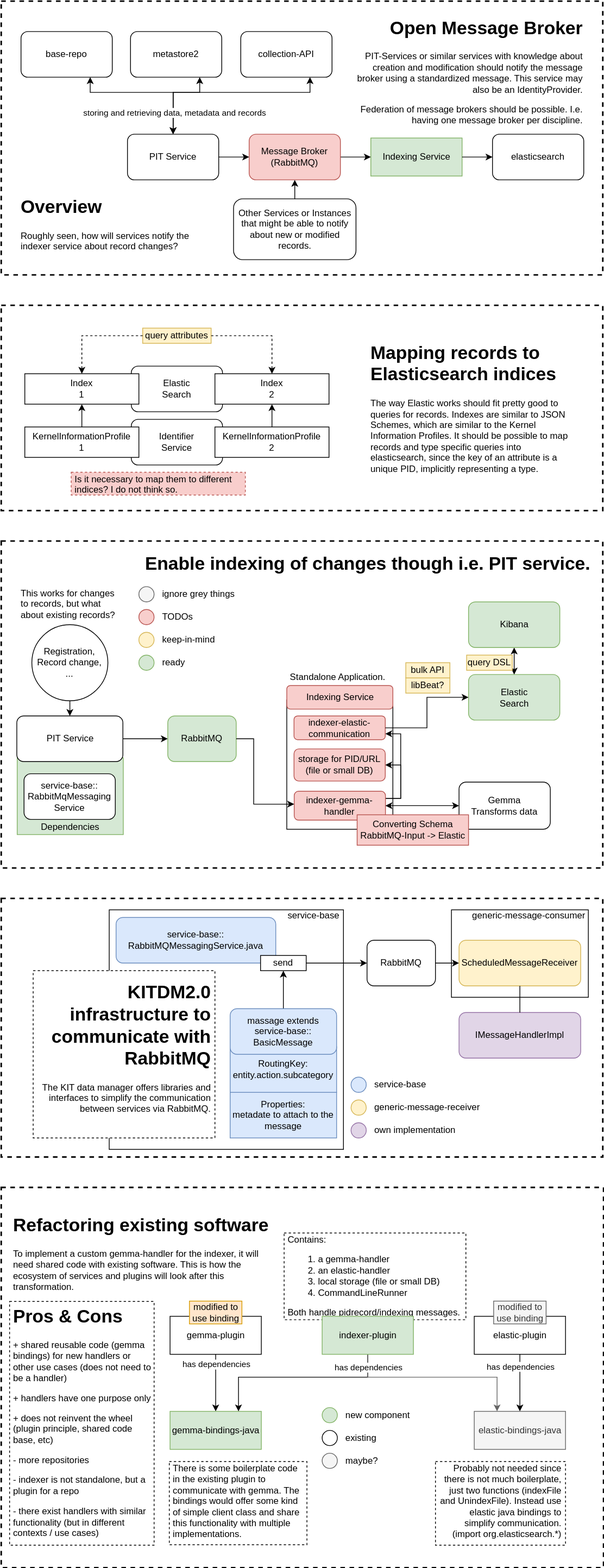
This is documentation/images/usecase_indexing.drawio.svg from kit-data-manager/testbed4inf, a draw.io export, as it was before one commit. Source tidied: cells renumbered, new cells last; positions are measured from the earlier drawing's top-left corner, leaving out a move shared by most shapes.
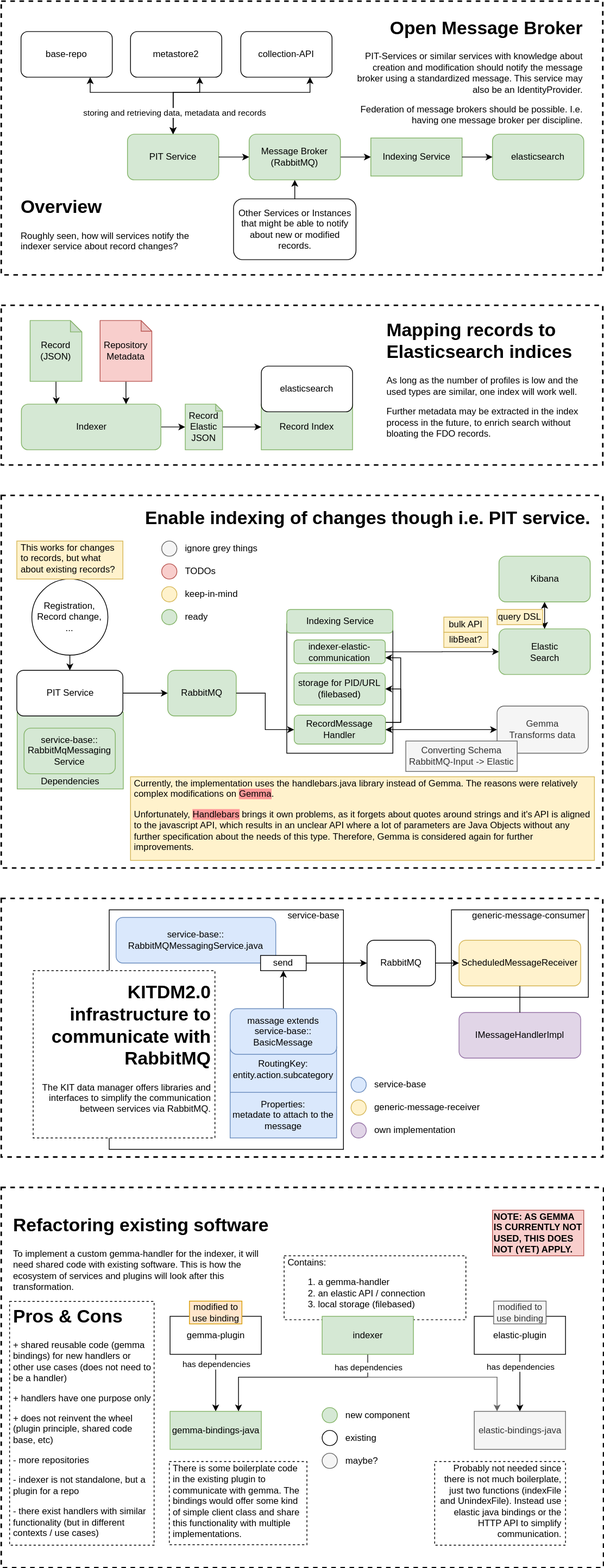
After the commit.

Commit message:
Add indexer to testbed.

Change to the diagram source:
```diff
@@ -10,4 +10,4 @@
     </mxCell>
-    <mxCell id="4" value="&lt;p&gt;Probably not needed since there is not much boilerplate, just two functions (indexFile and UnindexFile). Instead use elastic java bindings to simplify communication. (&lt;span class=&quot;kn&quot;&gt;import&lt;/span&gt;&lt;span&gt; &lt;/span&gt;&lt;span class=&quot;nn&quot;&gt;org.elasticsearch.*)&lt;/span&gt;&lt;/p&gt;" style="text;html=1;spacing=5;spacingTop=-20;whiteSpace=wrap;overflow=hidden;rounded=0;dashed=1;fillColor=#ffffff;strokeColor=#000000;align=right;" parent="2" vertex="1">
-      <mxGeometry x="571" y="360.5" width="171" height="110" as="geometry" />
+    <mxCell id="4" value="&lt;p&gt;Probably not needed since there is not much boilerplate, just two functions (indexFile and UnindexFile). Instead use elastic java bindings or the HTTP API to simplify communication.&lt;/p&gt;" style="text;html=1;spacing=5;spacingTop=-20;whiteSpace=wrap;overflow=hidden;rounded=0;dashed=1;fillColor=#ffffff;strokeColor=#000000;align=right;" parent="2" vertex="1">
+      <mxGeometry x="570" y="360.5" width="172" height="110" as="geometry" />
     </mxCell>
@@ -16,7 +16,10 @@
     </mxCell>
-    <mxCell id="6" value="&lt;p&gt;Contains:&lt;/p&gt;&lt;p&gt;&lt;/p&gt;&lt;ol&gt;&lt;li&gt;a gemma-handler&lt;/li&gt;&lt;li&gt;an elastic-handler&lt;/li&gt;&lt;li&gt;local storage (file or small DB)&lt;/li&gt;&lt;li&gt;CommandLineRunner&lt;/li&gt;&lt;/ol&gt;&lt;div&gt;Both handle pidrecord/indexing messages.&lt;/div&gt;&lt;p&gt;&lt;/p&gt;" style="text;html=1;spacing=5;spacingTop=-20;whiteSpace=wrap;overflow=hidden;rounded=0;dashed=1;verticalAlign=top;fillColor=#ffffff;strokeColor=#000000;" parent="2" vertex="1">
-      <mxGeometry x="372" y="60" width="239" height="114" as="geometry" />
+    <mxCell id="6" value="&lt;p&gt;Contains:&lt;/p&gt;&lt;p&gt;&lt;/p&gt;&lt;ol&gt;&lt;li&gt;a gemma-handler&lt;/li&gt;&lt;li&gt;an elastic API / connection&lt;/li&gt;&lt;li&gt;local storage (filebased)&lt;/li&gt;&lt;/ol&gt;&lt;p&gt;&lt;/p&gt;" style="text;html=1;spacing=5;spacingTop=-20;whiteSpace=wrap;overflow=hidden;rounded=0;dashed=1;verticalAlign=top;fillColor=#ffffff;strokeColor=#000000;" parent="2" vertex="1">
+      <mxGeometry x="372" y="90" width="239" height="84" as="geometry" />
     </mxCell>
+    <mxCell id="149" value="&lt;b&gt;NOTE: AS GEMMA IS CURRENTLY NOT USED, THIS DOES NOT (YET) APPLY.&lt;/b&gt;" style="rounded=0;whiteSpace=wrap;html=1;align=left;fillColor=#f8cecc;strokeColor=#b85450;" parent="2" vertex="1">
+      <mxGeometry x="646" y="30" width="120" height="60" as="geometry" />
+    </mxCell>
     <mxCell id="7" style="rounded=0;whiteSpace=wrap;html=1;dashed=1;strokeWidth=2;movableLabel=0;" parent="1" vertex="1">
-      <mxGeometry y="710" width="791" height="430" as="geometry" />
+      <mxGeometry y="650" width="791" height="490" as="geometry" />
     </mxCell>
@@ -28,3 +31,3 @@
     </mxCell>
-    <mxCell id="10" value="service-base::&lt;br&gt;RabbitMqMessaging&lt;br&gt;Service" style="rounded=1;whiteSpace=wrap;html=1;" parent="8" vertex="1">
+    <mxCell id="10" value="service-base::&lt;br&gt;RabbitMqMessaging&lt;br&gt;Service" style="rounded=1;whiteSpace=wrap;html=1;fillColor=#d5e8d4;strokeColor=#82b366;" parent="8" vertex="1">
       <mxGeometry x="9.5" y="21" width="120" height="60" as="geometry" />
@@ -44,3 +47,3 @@
     <mxCell id="15" value="Elastic&lt;br&gt;Search" style="rounded=1;whiteSpace=wrap;html=1;fillColor=#d5e8d4;strokeColor=#82b366;" parent="7" vertex="1">
-      <mxGeometry x="614.5" y="175.5" width="120" height="60" as="geometry" />
+      <mxGeometry x="654.5" y="175.5" width="120" height="60" as="geometry" />
     </mxCell>
@@ -52,3 +55,3 @@
     </mxCell>
-    <mxCell id="18" value="&lt;p&gt;This works for changes to records, but what about existing records?&lt;/p&gt;" style="text;html=1;strokeColor=none;fillColor=none;spacing=5;spacingTop=-20;whiteSpace=wrap;overflow=hidden;rounded=0;align=left;" parent="7" vertex="1">
+    <mxCell id="18" value="&lt;p&gt;This works for changes to records, but what about existing records?&lt;/p&gt;" style="text;html=1;strokeColor=#d6b656;fillColor=#fff2cc;spacing=5;spacingTop=-20;whiteSpace=wrap;overflow=hidden;rounded=0;align=left;" parent="7" vertex="1">
       <mxGeometry x="20.5" y="60" width="139.5" height="50" as="geometry" />
@@ -59,15 +62,15 @@
     <mxCell id="20" value="Kibana" style="rounded=1;whiteSpace=wrap;html=1;fillColor=#d5e8d4;strokeColor=#82b366;" parent="7" vertex="1">
-      <mxGeometry x="614.5" y="80" width="120" height="60" as="geometry" />
+      <mxGeometry x="654.5" y="80" width="120" height="60" as="geometry" />
     </mxCell>
-    <mxCell id="21" value="Gemma&lt;br&gt;Transforms data" style="rounded=1;whiteSpace=wrap;html=1;" parent="7" vertex="1">
-      <mxGeometry x="602" y="317" width="120" height="62" as="geometry" />
+    <mxCell id="21" value="Gemma&lt;br&gt;Transforms data" style="rounded=1;whiteSpace=wrap;html=1;fillColor=#f5f5f5;strokeColor=#666666;fontColor=#333333;" parent="7" vertex="1">
+      <mxGeometry x="652" y="277" width="120" height="62" as="geometry" />
     </mxCell>
     <mxCell id="22" value="libBeat?" style="rounded=0;whiteSpace=wrap;html=1;rotation=0;fillColor=#fff2cc;strokeColor=#d6b656;" parent="7" vertex="1">
-      <mxGeometry x="532" y="180" width="58" height="20" as="geometry" />
+      <mxGeometry x="582" y="180" width="58" height="20" as="geometry" />
     </mxCell>
     <mxCell id="23" value="bulk API" style="rounded=0;whiteSpace=wrap;html=1;rotation=0;fillColor=#fff2cc;strokeColor=#d6b656;" parent="7" vertex="1">
-      <mxGeometry x="532" y="160" width="58" height="20" as="geometry" />
+      <mxGeometry x="582" y="160" width="58" height="20" as="geometry" />
     </mxCell>
     <mxCell id="24" value="query DSL" style="rounded=0;whiteSpace=wrap;html=1;rotation=0;fillColor=#fff2cc;strokeColor=#d6b656;" parent="7" vertex="1">
-      <mxGeometry x="612" y="150" width="60" height="20" as="geometry" />
+      <mxGeometry x="652" y="150" width="60" height="20" as="geometry" />
     </mxCell>
@@ -77,3 +80,3 @@
     <mxCell id="26" style="group;" parent="7" vertex="1">
-      <mxGeometry x="181" y="90" width="128" height="20" as="geometry" />
+      <mxGeometry x="211" y="90" width="128" height="20" as="geometry" />
     </mxCell>
@@ -92,3 +95,3 @@
     <mxCell id="31" style="group;" parent="7" vertex="1">
-      <mxGeometry x="181" y="120" width="128" height="20" as="geometry" />
+      <mxGeometry x="211" y="120" width="128" height="20" as="geometry" />
     </mxCell>
@@ -107,3 +110,3 @@
     <mxCell id="36" style="group;" parent="7" vertex="1">
-      <mxGeometry x="181" y="150" width="128" height="20" as="geometry" />
+      <mxGeometry x="211" y="150" width="128" height="20" as="geometry" />
     </mxCell>
@@ -122,3 +125,3 @@
     <mxCell id="41" style="group;" parent="7" vertex="1">
-      <mxGeometry x="181" y="180" width="128" height="20" as="geometry" />
+      <mxGeometry x="211" y="180" width="128" height="20" as="geometry" />
     </mxCell>
@@ -128,3 +131,3 @@
     <mxCell id="43" style="group;" parent="7" vertex="1">
-      <mxGeometry x="181" y="60" width="128" height="20" as="geometry" />
+      <mxGeometry x="211" y="60" width="128" height="20" as="geometry" />
     </mxCell>
@@ -146,3 +149,3 @@
     <mxCell id="49" style="group;" parent="7" vertex="1">
-      <mxGeometry x="374.5" y="190" width="140.5" height="196" as="geometry" />
+      <mxGeometry x="374.5" y="150" width="140.5" height="196" as="geometry" />
     </mxCell>
@@ -154,3 +157,3 @@
     </mxCell>
-    <mxCell id="52" value="indexer-elastic-communication" style="rounded=1;whiteSpace=wrap;html=1;fillColor=#f8cecc;strokeColor=#b85450;" parent="50" vertex="1">
+    <mxCell id="52" value="indexer-elastic-communication" style="rounded=1;whiteSpace=wrap;html=1;fillColor=#d5e8d4;strokeColor=#82b366;" parent="50" vertex="1">
       <mxGeometry x="10" y="21" width="120" height="31.3" as="geometry" />
@@ -163,13 +166,13 @@
     </mxCell>
-    <mxCell id="55" value="indexer-gemma-handler" style="rounded=1;whiteSpace=wrap;html=1;fillColor=#f8cecc;strokeColor=#b85450;" parent="50" vertex="1">
+    <mxCell id="55" value="RecordMessage Handler" style="rounded=1;whiteSpace=wrap;html=1;fillColor=#d5e8d4;strokeColor=#82b366;" parent="50" vertex="1">
       <mxGeometry x="10.2" y="120" width="120" height="38" as="geometry" />
     </mxCell>
-    <mxCell id="56" value="storage for PID/URL&lt;br&gt;(file or small DB)" style="rounded=1;whiteSpace=wrap;html=1;fillColor=#f8cecc;strokeColor=#b85450;" parent="50" vertex="1">
+    <mxCell id="56" value="storage for PID/URL&lt;br&gt;(filebased)" style="rounded=1;whiteSpace=wrap;html=1;fillColor=#d5e8d4;strokeColor=#82b366;" parent="50" vertex="1">
       <mxGeometry x="10" y="64.3" width="120" height="42.3" as="geometry" />
     </mxCell>
-    <mxCell id="57" value="Indexing Service" style="rounded=1;whiteSpace=wrap;html=1;align=center;fillColor=#f8cecc;strokeColor=#b85450;" parent="49" vertex="1">
+    <mxCell id="57" value="Indexing Service" style="rounded=1;whiteSpace=wrap;html=1;align=center;fillColor=#d5e8d4;strokeColor=#82b366;" parent="49" vertex="1">
       <mxGeometry x="1" width="139.5" height="31" as="geometry" />
     </mxCell>
-    <mxCell id="58" value="Converting Schema&lt;br&gt;RabbitMQ-Input -&amp;gt; Elastic" style="rounded=0;whiteSpace=wrap;html=1;fillColor=#f8cecc;strokeColor=#b85450;" parent="7" vertex="1">
-      <mxGeometry x="468" y="360" width="146.5" height="40" as="geometry" />
+    <mxCell id="58" value="Converting Schema&lt;br&gt;RabbitMQ-Input -&amp;gt; Elastic" style="rounded=0;whiteSpace=wrap;html=1;fillColor=#f5f5f5;strokeColor=#666666;fontColor=#333333;" parent="7" vertex="1">
+      <mxGeometry x="532" y="323" width="146.5" height="40" as="geometry" />
     </mxCell>
@@ -178,9 +181,4 @@
     </mxCell>
-    <mxCell id="60" style="edgeStyle=orthogonalEdgeStyle;rounded=0;jettySize=auto;html=1;startArrow=none;startFill=0;" parent="7" edge="1" source="12" target="55">
-      <mxGeometry relative="1" as="geometry">
-        <Array as="points">
-          <mxPoint x="332" y="260" />
-          <mxPoint x="332" y="346" />
-        </Array>
-      </mxGeometry>
+    <mxCell id="60" style="edgeStyle=orthogonalEdgeStyle;rounded=0;jettySize=auto;html=1;startArrow=none;startFill=0;entryX=0;entryY=0.5;entryDx=0;entryDy=0;" parent="7" edge="1" source="12" target="55">
+      <mxGeometry relative="1" as="geometry" />
     </mxCell>
@@ -189,2 +187,5 @@
     </mxCell>
+    <mxCell id="150" value="&lt;p&gt;Currently, the implementation uses the handlebars.java library instead of Gemma. The reasons were relatively complex modifications on &lt;span style=&quot;background-color: rgb(255 , 153 , 153)&quot;&gt;Gemma&lt;/span&gt;.&lt;/p&gt;&lt;p&gt;Unfortunately, &lt;span style=&quot;background-color: rgb(255 , 153 , 153)&quot;&gt;Handlebars&lt;/span&gt; brings it own problems, as it forgets about quotes around strings and it's API is aligned to the javascript API, which results in an unclear API where a lot of parameters are Java Objects without any further specification about the needs of this type. Therefore, Gemma is considered again for further improvements.&lt;/p&gt;" style="text;html=1;strokeColor=#d6b656;fillColor=#fff2cc;spacing=5;spacingTop=-20;whiteSpace=wrap;overflow=hidden;rounded=0;verticalAlign=top;align=left;" parent="7" vertex="1">
+      <mxGeometry x="170" y="370" width="610" height="110" as="geometry" />
+    </mxCell>
     <mxCell id="62" style="rounded=0;whiteSpace=wrap;html=1;dashed=1;strokeWidth=2;" parent="1" vertex="1">
@@ -198,3 +199,3 @@
     </mxCell>
-    <mxCell id="65" value="PIT Service" style="rounded=1;whiteSpace=wrap;html=1;" parent="62" vertex="1">
+    <mxCell id="65" value="PIT Service" style="rounded=1;whiteSpace=wrap;html=1;fillColor=#d5e8d4;strokeColor=#82b366;" parent="62" vertex="1">
       <mxGeometry x="166" y="175" width="120" height="60" as="geometry" />
@@ -240,3 +241,3 @@
     </mxCell>
-    <mxCell id="74" value="elasticsearch" style="rounded=1;whiteSpace=wrap;html=1;" parent="62" vertex="1">
+    <mxCell id="74" value="elasticsearch" style="rounded=1;whiteSpace=wrap;html=1;fillColor=#d5e8d4;strokeColor=#82b366;" parent="62" vertex="1">
       <mxGeometry x="646" y="175" width="120" height="60" as="geometry" />
@@ -252,3 +253,3 @@
     </mxCell>
-    <mxCell id="78" value="Message Broker&lt;br&gt;(RabbitMQ)" style="rounded=1;whiteSpace=wrap;html=1;fillColor=#f8cecc;strokeColor=#b85450;" parent="62" vertex="1">
+    <mxCell id="78" value="Message Broker&lt;br&gt;(RabbitMQ)" style="rounded=1;whiteSpace=wrap;html=1;fillColor=#d5e8d4;strokeColor=#82b366;" parent="62" vertex="1">
       <mxGeometry x="326" y="175" width="120" height="60" as="geometry" />
@@ -262,47 +263,37 @@
     <mxCell id="81" style="rounded=0;whiteSpace=wrap;html=1;dashed=1;strokeWidth=2;movableLabel=0;comic=0;" parent="1" vertex="1">
-      <mxGeometry y="400" width="791" height="270" as="geometry" />
+      <mxGeometry y="400" width="791" height="210" as="geometry" />
     </mxCell>
+    <mxCell id="151" value="Record Index" style="rounded=0;whiteSpace=wrap;html=1;fillColor=#d5e8d4;strokeColor=#82b366;" parent="81" vertex="1">
+      <mxGeometry x="342" y="130" width="120" height="60" as="geometry" />
+    </mxCell>
-    <mxCell id="82" value="&lt;h1&gt;Mapping records to Elasticsearch indices&lt;/h1&gt;&lt;p&gt;The way Elastic works should fit pretty good to queries for records. Indexes are similar to JSON Schemes, which are similar to the Kernel Information Profiles. It should be possible to map records and type specific queries into elasticsearch, since the key of an attribute is a unique PID, implicitly representing a type.&lt;/p&gt;" style="text;html=1;strokeColor=none;fillColor=none;spacing=5;spacingTop=-20;whiteSpace=wrap;overflow=hidden;rounded=0;verticalAlign=bottom;" parent="81" vertex="1">
-      <mxGeometry x="481" y="30" width="279.5" height="210" as="geometry" />
+    <mxCell id="82" value="&lt;h1&gt;Mapping records to Elasticsearch indices&lt;/h1&gt;&lt;p&gt;As long as the number of profiles is low and the used types are similar, one index will work well.&lt;/p&gt;&lt;p&gt;Further metadata may be extracted in the index process in the future, to enrich search without bloating the FDO records.&lt;/p&gt;" style="text;html=1;strokeColor=none;fillColor=none;spacing=5;spacingTop=-20;whiteSpace=wrap;overflow=hidden;rounded=0;verticalAlign=middle;" parent="81" vertex="1">
+      <mxGeometry x="502" y="10" width="270.5" height="190" as="geometry" />
     </mxCell>
-    <mxCell id="83" value="query attributes" style="rounded=0;whiteSpace=wrap;html=1;rotation=0;fillColor=#fff2cc;strokeColor=#d6b656;" parent="81" vertex="1">
-      <mxGeometry x="186" y="30" width="90" height="20" as="geometry" />
-    </mxCell>
-    <mxCell id="84" style="edgeStyle=orthogonalEdgeStyle;rounded=0;jettySize=auto;html=1;dashed=1;" parent="81" edge="1" source="83" target="88">
-      <mxGeometry relative="1" as="geometry" />
-    </mxCell>
-    <mxCell id="85" style="edgeStyle=orthogonalEdgeStyle;rounded=0;jettySize=auto;html=1;dashed=1;" parent="81" edge="1" source="83" target="91">
-      <mxGeometry relative="1" as="geometry">
-        <Array as="points">
-          <mxPoint x="106" y="40" />
-        </Array>
-      </mxGeometry>
-    </mxCell>
-    <mxCell id="86" value="Identifier&lt;br&gt;Service" style="rounded=1;whiteSpace=wrap;html=1;" parent="81" vertex="1">
-      <mxGeometry x="171" y="150" width="120" height="60" as="geometry" />
-    </mxCell>
-    <mxCell id="87" value="Elastic&lt;br&gt;Search" style="rounded=1;whiteSpace=wrap;html=1;" parent="81" vertex="1">
-      <mxGeometry x="171" y="80" width="120" height="60" as="geometry" />
-    </mxCell>
-    <mxCell id="88" value="Index&lt;br&gt;2" style="rounded=0;whiteSpace=wrap;html=1;" parent="81" vertex="1">
-      <mxGeometry x="281" y="90" width="150" height="40" as="geometry" />
-    </mxCell>
-    <mxCell id="89" style="edgeStyle=orthogonalEdgeStyle;rounded=0;jettySize=auto;html=1;" parent="81" edge="1" source="90" target="88">
-      <mxGeometry relative="1" as="geometry" />
-    </mxCell>
-    <mxCell id="90" value="KernelInformationProfile&lt;br&gt;2" style="rounded=0;whiteSpace=wrap;html=1;" parent="81" vertex="1">
-      <mxGeometry x="281" y="160" width="150" height="40" as="geometry" />
-    </mxCell>
-    <mxCell id="91" value="Index&lt;br&gt;1" style="rounded=0;whiteSpace=wrap;html=1;" parent="81" vertex="1">
-      <mxGeometry x="31" y="90" width="150" height="40" as="geometry" />
-    </mxCell>
-    <mxCell id="92" style="edgeStyle=orthogonalEdgeStyle;rounded=0;jettySize=auto;html=1;" parent="81" edge="1" source="93" target="91">
-      <mxGeometry relative="1" as="geometry" />
-    </mxCell>
-    <mxCell id="93" value="KernelInformationProfile&lt;br&gt;1" style="rounded=0;whiteSpace=wrap;html=1;" parent="81" vertex="1">
-      <mxGeometry x="31" y="160" width="150" height="40" as="geometry" />
-    </mxCell>
-    <mxCell id="94" value="&lt;p&gt;Is it necessary to map them to different indices? I do not think so.&lt;/p&gt;" style="text;html=1;strokeColor=#b85450;fillColor=#f8cecc;spacing=5;spacingTop=-20;whiteSpace=wrap;overflow=hidden;rounded=0;dashed=1;" parent="81" vertex="1">
-      <mxGeometry x="92" y="219.5" width="229" height="30" as="geometry" />
-    </mxCell>
+    <mxCell id="152" value="elasticsearch" style="rounded=1;whiteSpace=wrap;html=1;" parent="81" vertex="1">
+      <mxGeometry x="342" y="80" width="120" height="60" as="geometry" />
+    </mxCell>
+    <mxCell id="153" style="edgeStyle=orthogonalEdgeStyle;rounded=0;jettySize=auto;html=1;entryX=0.25;entryY=0;entryDx=0;entryDy=0;" parent="81" edge="1" source="154" target="156">
+      <mxGeometry relative="1" as="geometry" />
+    </mxCell>
+    <mxCell id="154" value="Record&lt;br&gt;(JSON)" style="shape=note;whiteSpace=wrap;html=1;backgroundOutline=1;darkOpacity=0.05;size=15;fillColor=#d5e8d4;strokeColor=#82b366;" parent="81" vertex="1">
+      <mxGeometry x="38" y="20" width="68" height="80" as="geometry" />
+    </mxCell>
+    <mxCell id="155" style="edgeStyle=orthogonalEdgeStyle;rounded=0;jettySize=auto;html=1;entryX=0;entryY=0.5;entryDx=0;entryDy=0;entryPerimeter=0;" parent="81" edge="1" source="156" target="158">
+      <mxGeometry relative="1" as="geometry" />
+    </mxCell>
+    <mxCell id="156" value="Indexer" style="rounded=1;whiteSpace=wrap;html=1;fillColor=#d5e8d4;strokeColor=#82b366;" parent="81" vertex="1">
+      <mxGeometry x="26.5" y="130" width="183.5" height="60" as="geometry" />
+    </mxCell>
+    <mxCell id="157" style="edgeStyle=orthogonalEdgeStyle;rounded=0;jettySize=auto;html=1;" parent="81" edge="1" source="158" target="151">
+      <mxGeometry relative="1" as="geometry" />
+    </mxCell>
+    <mxCell id="158" value="Record&lt;br&gt;Elastic&lt;br&gt;JSON" style="shape=note;whiteSpace=wrap;html=1;backgroundOutline=1;darkOpacity=0.05;size=9;fillColor=#d5e8d4;strokeColor=#82b366;" parent="81" vertex="1">
+      <mxGeometry x="242" y="130" width="49" height="60" as="geometry" />
+    </mxCell>
+    <mxCell id="159" style="edgeStyle=orthogonalEdgeStyle;rounded=0;jettySize=auto;html=1;entryX=0.75;entryY=0;entryDx=0;entryDy=0;" parent="81" edge="1" source="160" target="156">
+      <mxGeometry relative="1" as="geometry" />
+    </mxCell>
+    <mxCell id="160" value="Repository&lt;br&gt;Metadata" style="shape=note;whiteSpace=wrap;html=1;backgroundOutline=1;darkOpacity=0.05;size=14;fillColor=#f8cecc;strokeColor=#b85450;" parent="81" vertex="1">
+      <mxGeometry x="130" y="20" width="68" height="80" as="geometry" />
+    </mxCell>
     <mxCell id="95" style="rounded=0;whiteSpace=wrap;html=1;dashed=1;strokeWidth=2;movableLabel=0;comic=0;" parent="1" vertex="1">
@@ -438,3 +429,3 @@
     </mxCell>
-    <mxCell id="134" value="indexer-plugin" style="html=1;fillColor=#d5e8d4;strokeColor=#82b366;" parent="1" vertex="1">
+    <mxCell id="134" value="indexer" style="html=1;fillColor=#d5e8d4;strokeColor=#82b366;" parent="1" vertex="1">
       <mxGeometry x="422" y="1729.5" width="120" height="50" as="geometry" />
```
